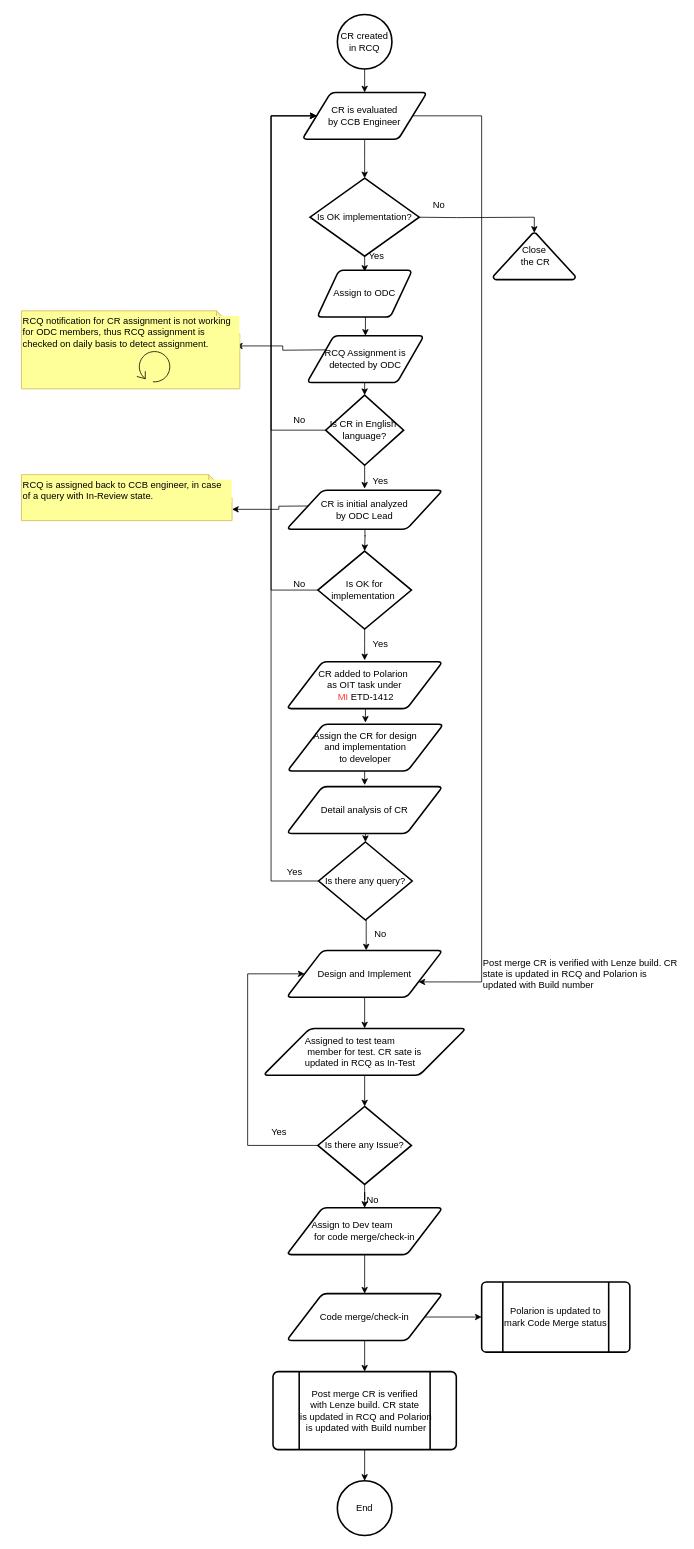
The draw.io diagram Copy of RCQ workFlow.drawio in amitknit09/share, before the edit. Source tidied: cells renumbered, new cells numbered last; positions are measured from the earlier drawing's top-left corner, leaving out a move shared by most shapes. Both pictures are drawn from the tidied source at 78%, with x=0, y=0 at pixel (21, 14).
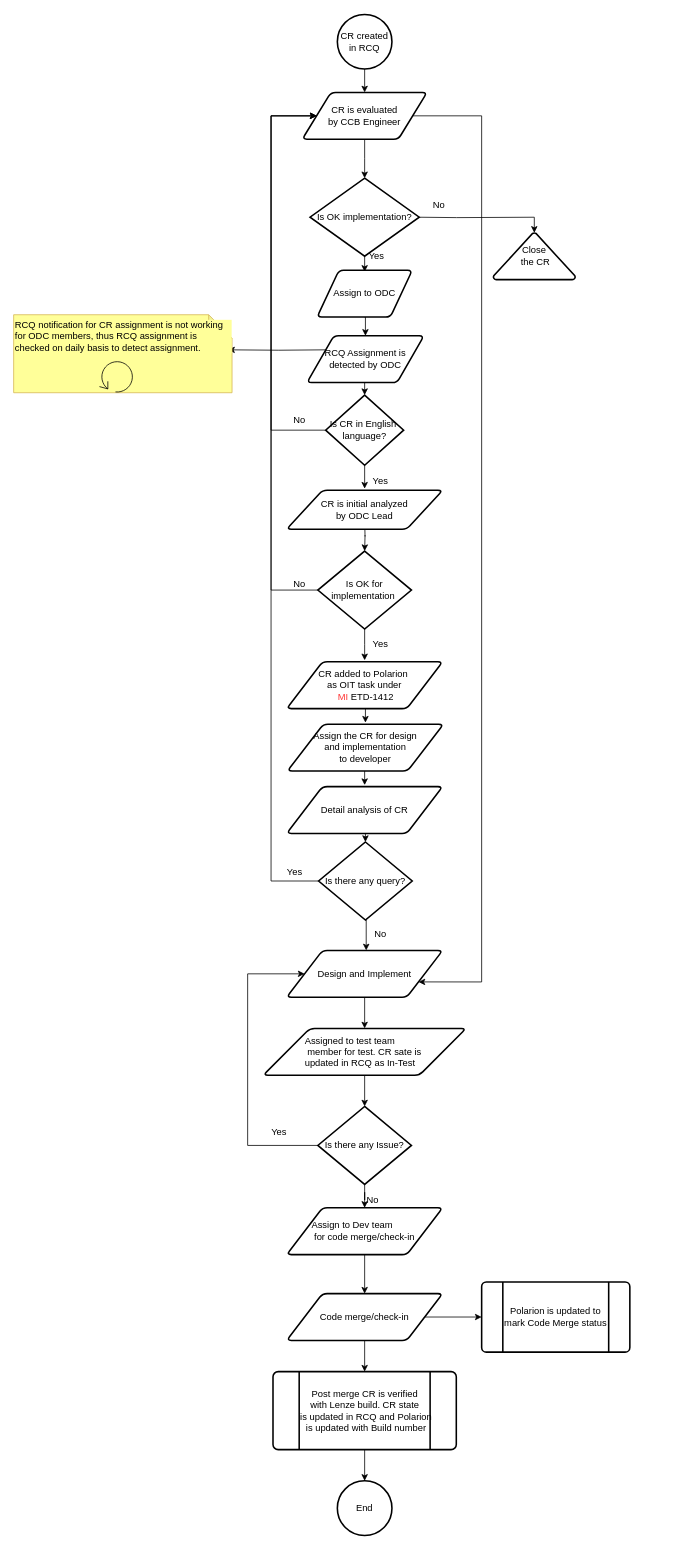
After the change.

What changed in the source:
```diff
@@
-    <mxCell id="6" style="edgeStyle=orthogonalEdgeStyle;rounded=0;jettySize=auto;html=1;exitX=0;exitY=0.5;exitDx=0;exitDy=0;entryX=0;entryY=0;entryDx=270;entryDy=44.5;entryPerimeter=0;" parent="1" edge="1" target="10">
-      <mxGeometry relative="1" as="geometry">
-        <mxPoint x="390" y="630" as="sourcePoint" />
-      </mxGeometry>
-    </mxCell>
     <mxCell id="7" value="RCQ notification for CR assignment is not working for ODC members, thus RCQ assignment is checked on daily basis to detect assignment." style="shape=note;whiteSpace=wrap;html=1;backgroundOutline=1;darkOpacity=0.05;align=left;labelBackgroundColor=#FFFF99;fillColor=#FFFF99;strokeColor=#d6b656;labelBorderColor=none;verticalAlign=top;" parent="1" vertex="1">
-      <mxGeometry y="380" width="280" height="100" as="geometry" />
+      <mxGeometry x="-10" y="385" width="280" height="100" as="geometry" />
     </mxCell>
@@
-    <mxCell id="9" value="Post merge CR is verified with Lenze build. CR state is updated in RCQ and Polarion is updated with Build number" style="text;html=1;strokeColor=none;fillColor=none;align=left;verticalAlign=middle;whiteSpace=wrap;rounded=0;" parent="1" vertex="1">
-      <mxGeometry x="590" y="1210" width="255" height="40" as="geometry" />
-    </mxCell>
-    <mxCell id="10" value="RCQ is assigned back to CCB engineer, in case of a query with In-Review state." style="shape=note;whiteSpace=wrap;html=1;backgroundOutline=1;darkOpacity=0.05;align=left;labelBackgroundColor=#FFFF99;fillColor=#FFFF99;strokeColor=#d6b656;labelBorderColor=none;verticalAlign=top;" parent="1" vertex="1">
-      <mxGeometry y="590" width="270" height="59" as="geometry" />
-    </mxCell>
     <mxCell id="11" style="shape=mxgraph.bpmn.loop;html=1;labelBackgroundColor=#FFFF99;fillColor=#FFFF99;fontColor=#FFFF99;align=left;" parent="1" vertex="1">
-      <mxGeometry x="148" y="430" width="44" height="42" as="geometry" />
+      <mxGeometry x="100" y="443" width="44" height="42" as="geometry" />
     </mxCell>
```
